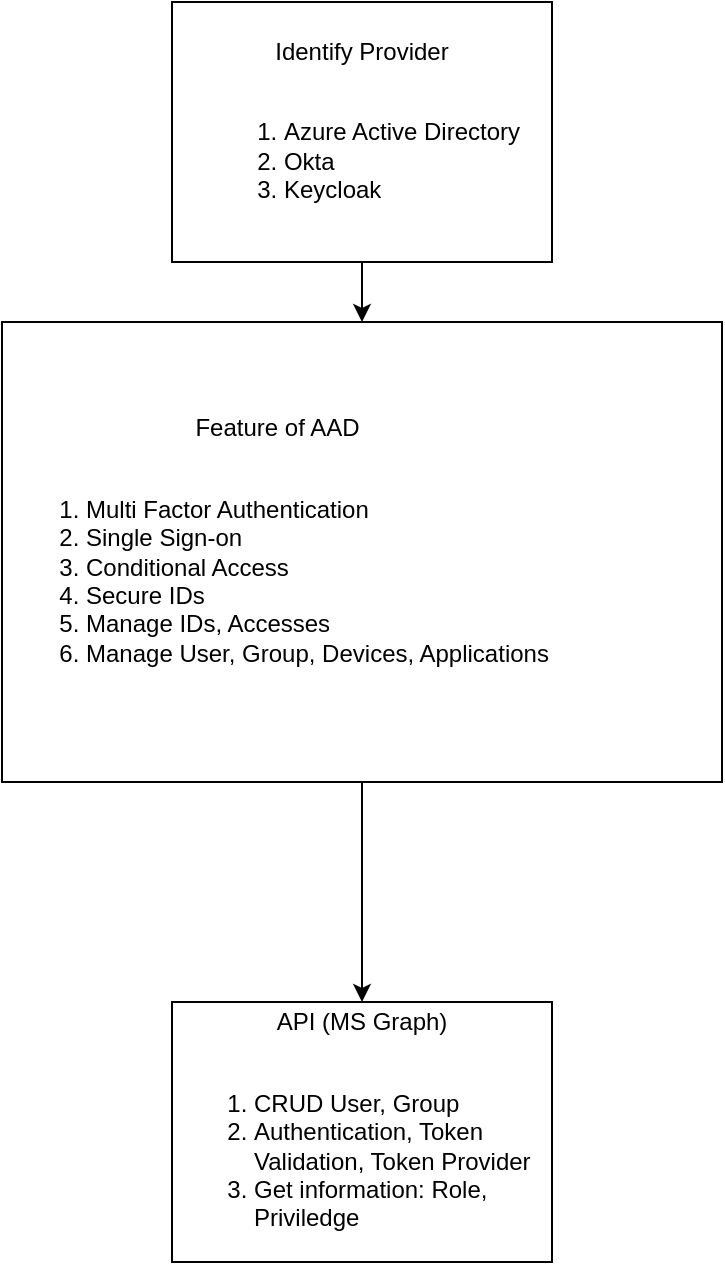
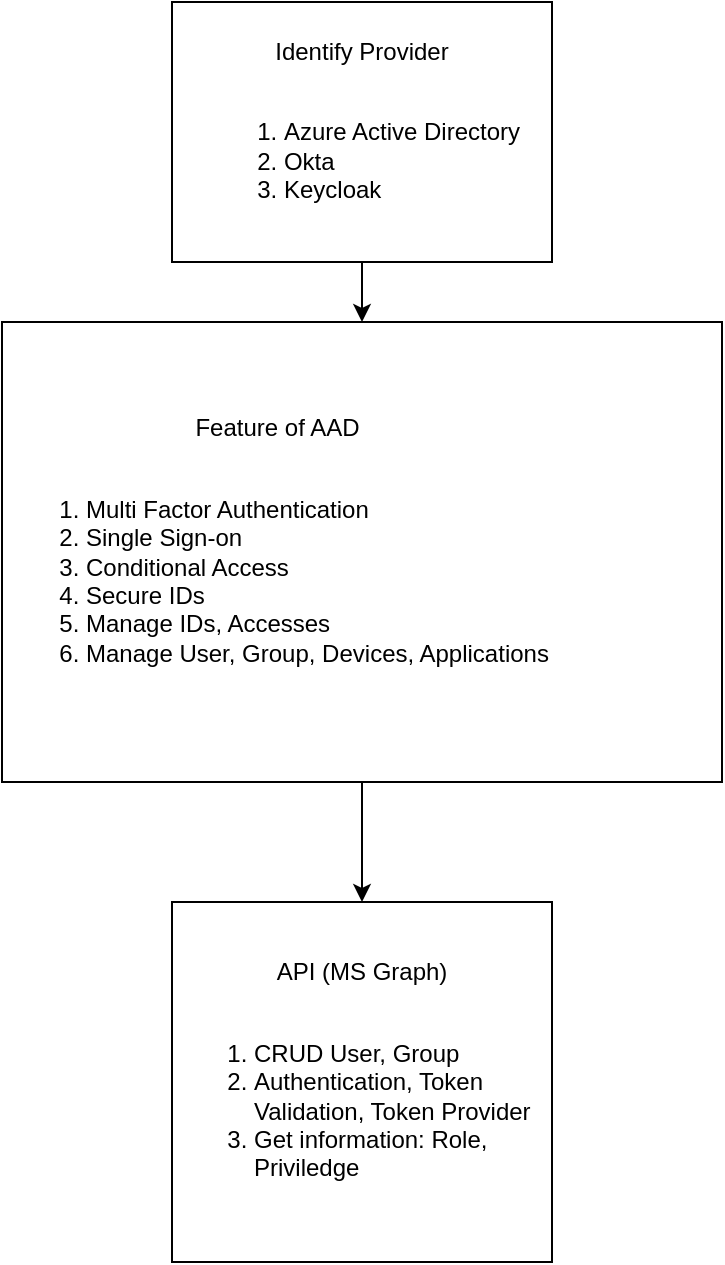
<mxfile host="app.diagrams.net" agent="Mozilla/5.0 (Macintosh; Intel Mac OS X 10_15_7) AppleWebKit/537.36 (KHTML, like Gecko) Chrome/131.0.0.0 Safari/537.36" version="25.0.1">
  <diagram id="Ht1M8jgEwFfnCIfOTk4-" name="Page-1">
    <mxGraphModel dx="1886" dy="1588" grid="1" gridSize="10" guides="1" tooltips="1" connect="1" arrows="1" fold="1" page="1" pageScale="1" pageWidth="1169" pageHeight="827" math="0" shadow="0">
      <root>
        <mxCell id="0" />
        <mxCell id="1" parent="0" />
        <mxCell id="lTtix9caF7AGYvuhCAnX-8" value="" style="edgeStyle=orthogonalEdgeStyle;rounded=0;orthogonalLoop=1;jettySize=auto;html=1;" edge="1" parent="1" source="lTtix9caF7AGYvuhCAnX-6" target="lTtix9caF7AGYvuhCAnX-7">
          <mxGeometry relative="1" as="geometry" />
        </mxCell>
        <mxCell id="lTtix9caF7AGYvuhCAnX-6" value="Identify Provider&lt;br&gt;&lt;br&gt;&lt;div style=&quot;text-align: left;&quot;&gt;&lt;ol&gt;&lt;li&gt;&lt;span style=&quot;background-color: initial;&quot;&gt;Azure Active Directory&lt;/span&gt;&lt;/li&gt;&lt;li&gt;Okta&lt;/li&gt;&lt;li&gt;Keycloak&lt;/li&gt;&lt;/ol&gt;&lt;/div&gt;" style="whiteSpace=wrap;html=1;" vertex="1" parent="1">
          <mxGeometry x="125" y="-800" width="190" height="130" as="geometry" />
        </mxCell>
        <mxCell id="lTtix9caF7AGYvuhCAnX-12" style="edgeStyle=orthogonalEdgeStyle;rounded=0;orthogonalLoop=1;jettySize=auto;html=1;" edge="1" parent="1" source="lTtix9caF7AGYvuhCAnX-7" target="lTtix9caF7AGYvuhCAnX-10">
          <mxGeometry relative="1" as="geometry" />
        </mxCell>
        <mxCell id="lTtix9caF7AGYvuhCAnX-7" value="&lt;div style=&quot;text-align: center;&quot;&gt;&lt;span style=&quot;background-color: initial;&quot;&gt;Feature of AAD&lt;/span&gt;&lt;/div&gt;&lt;div&gt;&lt;br&gt;&lt;div&gt;&lt;ol&gt;&lt;li&gt;Multi Factor Authentication&lt;/li&gt;&lt;li&gt;Single Sign-on&lt;/li&gt;&lt;li&gt;Conditional Access&lt;/li&gt;&lt;li&gt;Secure IDs&lt;/li&gt;&lt;li&gt;Manage IDs, Accesses&lt;/li&gt;&lt;li&gt;Manage User, Group, Devices, Applications&lt;/li&gt;&lt;/ol&gt;&lt;/div&gt;&lt;/div&gt;" style="rounded=1;whiteSpace=wrap;html=1;align=left;arcSize=0;direction=west;" vertex="1" parent="1">
          <mxGeometry x="40" y="-640" width="360" height="230" as="geometry" />
        </mxCell>
        <mxCell id="lTtix9caF7AGYvuhCAnX-10" value="API (MS Graph)&lt;br&gt;&lt;br&gt;&lt;div style=&quot;text-align: left;&quot;&gt;&lt;ol&gt;&lt;li&gt;CRUD User, Group&lt;/li&gt;&lt;li&gt;Authentication, Token Validation, Token Provider&lt;/li&gt;&lt;li&gt;Get information: Role, Priviledge&lt;/li&gt;&lt;/ol&gt;&lt;/div&gt;" style="whiteSpace=wrap;html=1;" vertex="1" parent="1">
-           <mxGeometry x="125" y="-300" width="190" height="130" as="geometry" />
+           <mxGeometry x="125" y="-350" width="190" height="180" as="geometry" />
        </mxCell>
      </root>
    </mxGraphModel>
  </diagram>
</mxfile>
